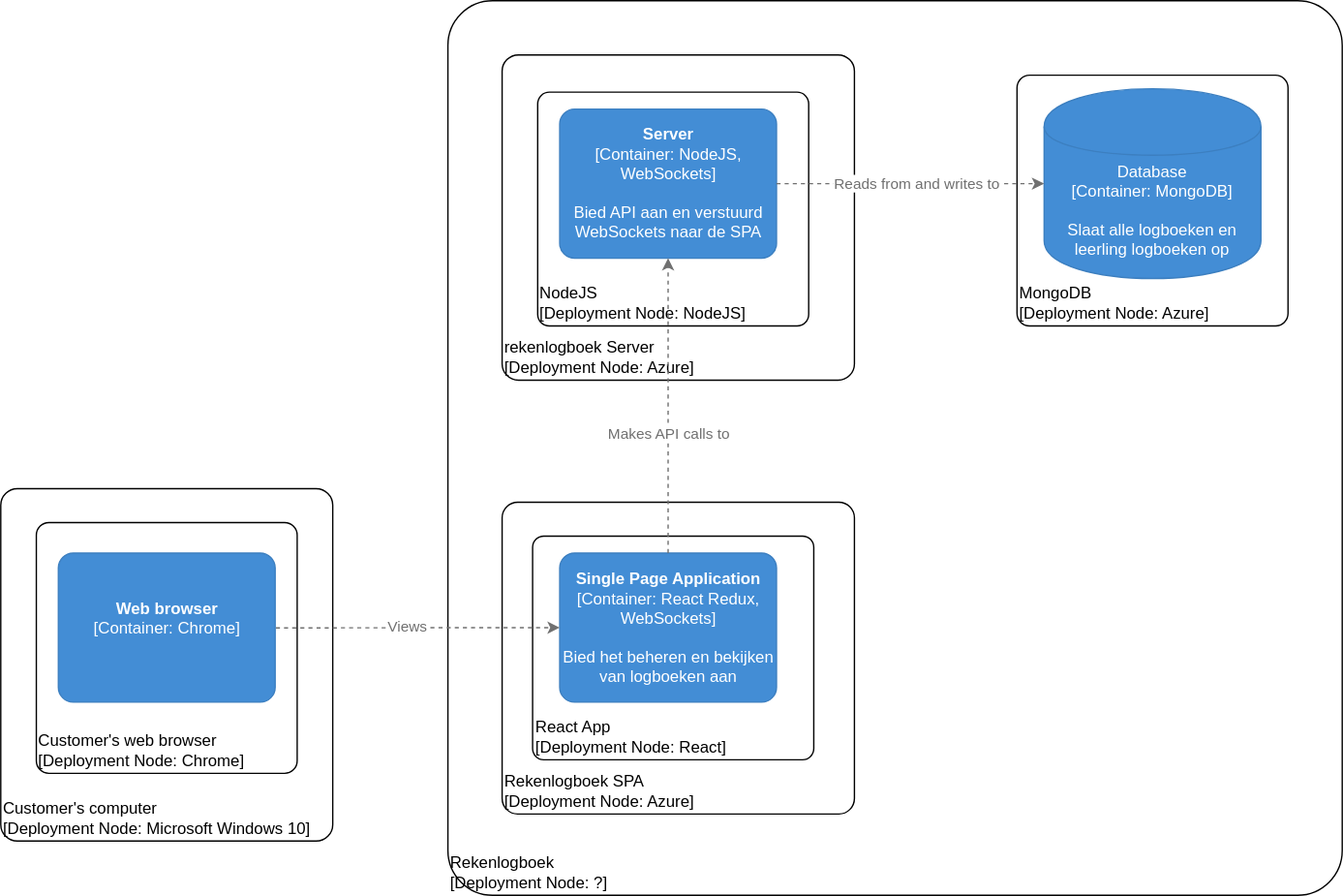
The draw.io diagram docs/software-guidebook/c4-model/deployment.svg in Rowan-Paul/HANAIM-DWA-Rekenlogboek, before a commit. Source tidied: cells renumbered, new cells last; positions are measured from the earlier drawing's top-left corner, leaving out a move shared by most shapes.
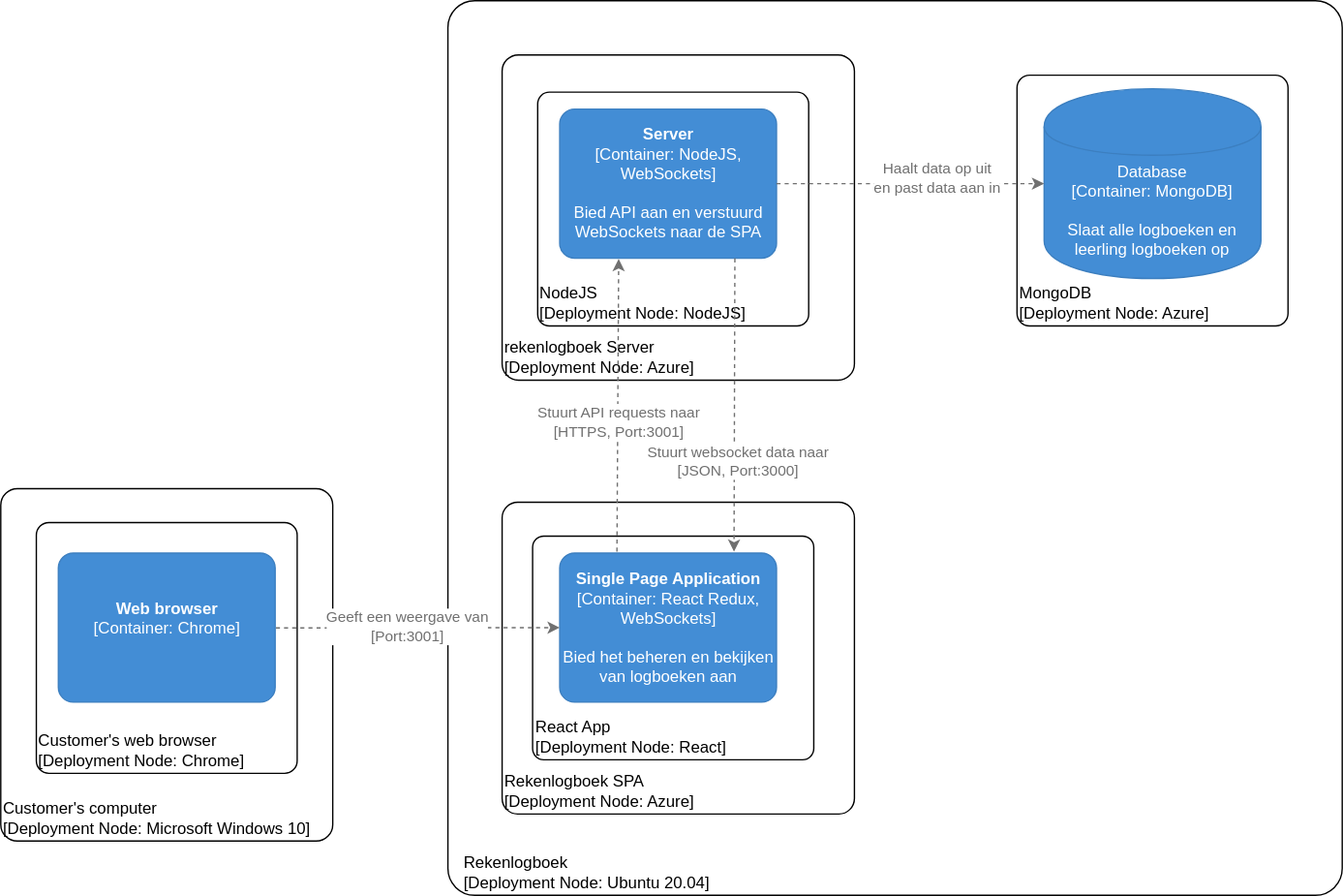
The same diagram one commit later.

The edit, as a diff of the source:
```diff
@@ -2,8 +2,8 @@
   <root>
     <mxCell id="0" />
     <mxCell id="1" parent="0" />
-    <object id="2" label="&lt;div style=&quot;text-align: left&quot;&gt;%c4Name%&lt;/div&gt;&lt;div style=&quot;text-align: left&quot;&gt;[%c4Application%]&lt;/div&gt;" c4Application="Deployment Node: ?" c4Name="Rekenlogboek" c4Type="ExecutionEnvironment" placeholders="1">
-      <mxCell style="rounded=1;whiteSpace=wrap;html=1;labelBackgroundColor=none;fillColor=#ffffff;fontColor=#000000;align=left;arcSize=5;strokeColor=#000000;verticalAlign=bottom;metaData={&quot;c4Type&quot;:{&quot;editable&quot;:false}};" parent="1" vertex="1">
+    <object id="2" label="&lt;div style=&quot;text-align: left&quot;&gt;%c4Name%&lt;/div&gt;&lt;div style=&quot;text-align: left&quot;&gt;[%c4Application%]&lt;/div&gt;" c4Application="Deployment Node: Ubuntu 20.04" c4Name="Rekenlogboek" c4Type="ExecutionEnvironment" placeholders="1">
+      <mxCell style="rounded=1;whiteSpace=wrap;html=1;labelBackgroundColor=none;fillColor=#ffffff;fontColor=#000000;align=left;arcSize=3;strokeColor=#000000;verticalAlign=bottom;metaData={&quot;c4Type&quot;:{&quot;editable&quot;:false}};spacingLeft=10;" parent="1" vertex="1">
         <mxGeometry x="330" width="660" height="660" as="geometry" />
       </mxCell>
     </object>
@@ -60,25 +60,27 @@
     <mxCell id="13" style="endArrow=classic;html=1;entryX=0;entryY=0.5;entryDx=0;entryDy=0;entryPerimeter=0;exitX=1;exitY=0.5;exitDx=0;exitDy=0;exitPerimeter=0;fontColor=#707070;strokeColor=#707070;dashed=1;" parent="1" edge="1" source="11" target="8">
       <mxGeometry relative="1" as="geometry" />
     </mxCell>
-    <mxCell id="14" value="Reads from and writes to" style="edgeLabel;html=1;align=center;verticalAlign=middle;fontColor=#707070;" parent="13" vertex="1">
-      <mxGeometry x="0.04" y="1" relative="1" as="geometry" />
+    <mxCell id="14" value="Haalt data op uit &lt;br&gt;en past data aan in" style="edgeLabel;html=1;align=center;verticalAlign=middle;fontColor=#707070;" parent="13" vertex="1">
+      <mxGeometry x="0.04" y="1" relative="1" as="geometry">
+        <mxPoint x="14.7" y="-4" as="offset" />
+      </mxGeometry>
     </mxCell>
     <mxCell id="15" style="endArrow=classic;html=1;entryX=0;entryY=0.5;entryDx=0;entryDy=0;entryPerimeter=0;exitX=0.997;exitY=0.502;exitDx=0;exitDy=0;exitPerimeter=0;fontColor=#707070;strokeColor=#707070;dashed=1;" parent="1" edge="1" target="12">
       <mxGeometry relative="1" as="geometry">
         <mxPoint x="197" y="462.7" as="sourcePoint" />
       </mxGeometry>
     </mxCell>
-    <mxCell id="16" value="&lt;div&gt;Views&lt;/div&gt;" style="edgeLabel;html=1;align=center;verticalAlign=middle;fontColor=#707070;" parent="15" vertex="1">
+    <mxCell id="16" value="&lt;div&gt;Geeft een weergave van&lt;/div&gt;&lt;div&gt;[Port:3001]&lt;/div&gt;" style="edgeLabel;html=1;align=center;verticalAlign=middle;fontColor=#707070;" parent="15" vertex="1">
       <mxGeometry x="0.04" y="1" relative="1" as="geometry">
         <mxPoint x="-9" y="-0.4" as="offset" />
       </mxGeometry>
     </mxCell>
-    <mxCell id="17" style="endArrow=classic;html=1;entryX=0.5;entryY=1;entryDx=0;entryDy=0;entryPerimeter=0;exitX=0.5;exitY=0;exitDx=0;exitDy=0;exitPerimeter=0;fontColor=#707070;strokeColor=#707070;dashed=1;" parent="1" edge="1" source="12" target="11">
+    <mxCell id="17" style="endArrow=classic;html=1;fontColor=#707070;strokeColor=#707070;dashed=1;exitX=0.264;exitY=-0.009;exitDx=0;exitDy=0;exitPerimeter=0;entryX=0.272;entryY=1.005;entryDx=0;entryDy=0;entryPerimeter=0;" parent="1" edge="1" source="12" target="11">
       <mxGeometry relative="1" as="geometry" />
     </mxCell>
-    <mxCell id="18" value="Makes API calls to" style="edgeLabel;html=1;align=center;verticalAlign=middle;fontColor=#707070;" parent="17" vertex="1">
+    <mxCell id="18" value="Stuurt API requests naar&lt;br&gt;[HTTPS, Port:3001]" style="edgeLabel;html=1;align=center;verticalAlign=middle;fontColor=#707070;" parent="17" vertex="1">
       <mxGeometry x="0.04" y="1" relative="1" as="geometry">
-        <mxPoint x="1" y="25.4" as="offset" />
+        <mxPoint x="1" y="15.9" as="offset" />
       </mxGeometry>
     </mxCell>
     <object id="19" label="&lt;b&gt;%c4Name%&lt;/b&gt;&lt;div&gt;[%c4Type%: %c4Technology%]&lt;/div&gt;&lt;br&gt;&lt;div&gt;%c4Description%&lt;/div&gt;" c4Description="" c4Name="Web browser" c4Technology="Chrome" c4Type="Container" placeholders="1">
@@ -86,5 +88,13 @@
         <mxGeometry x="42.5" y="407.5" width="160" height="110" as="geometry" />
       </mxCell>
     </object>
+    <mxCell id="20" style="endArrow=classic;html=1;fontColor=#707070;strokeColor=#707070;dashed=1;exitX=0.808;exitY=1.001;exitDx=0;exitDy=0;exitPerimeter=0;entryX=0.804;entryY=-0.009;entryDx=0;entryDy=0;entryPerimeter=0;" parent="1" edge="1" source="11" target="12">
+      <mxGeometry relative="1" as="geometry" />
+    </mxCell>
+    <mxCell id="21" value="Stuurt websocket data naar&lt;br&gt;[JSON, Port:3000]" style="edgeLabel;html=1;align=center;verticalAlign=middle;fontColor=#707070;" parent="20" vertex="1">
+      <mxGeometry x="0.04" y="1" relative="1" as="geometry">
+        <mxPoint x="1" y="37.5" as="offset" />
+      </mxGeometry>
+    </mxCell>
   </root>
 </mxGraphModel>
```
